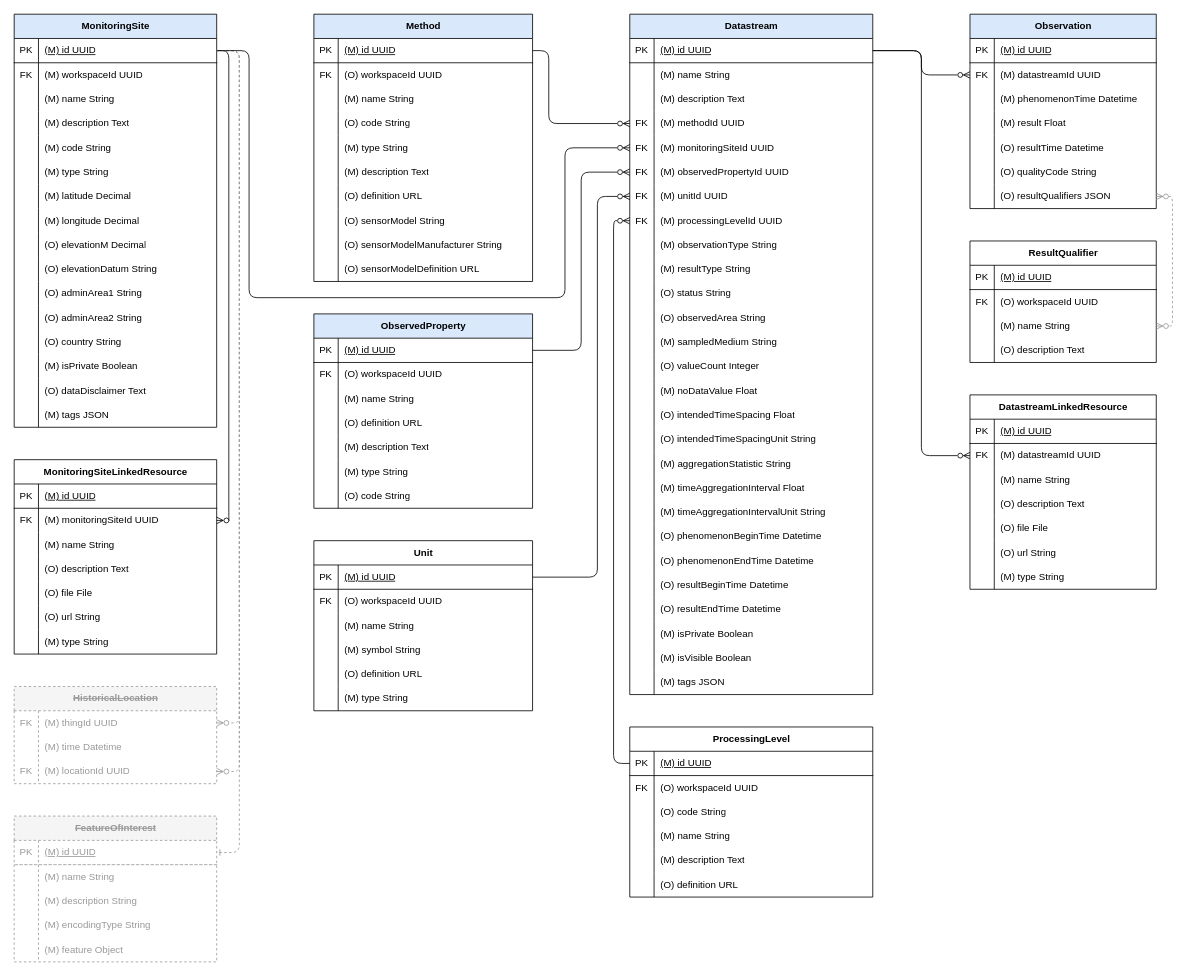
hydroserver2/hydroserver keeps this draw.io diagram as apps/docs/docs/references/diagrams/HydroServer_Data_Model.drawio. Above is the earlier version. Source tidied: cells renumbered, new cells numbered last; positions are measured from the earlier drawing's top-left corner, leaving out a move shared by most shapes. Both pictures are drawn from the tidied source at 81%, with x=0, y=0 at pixel (14, 14).
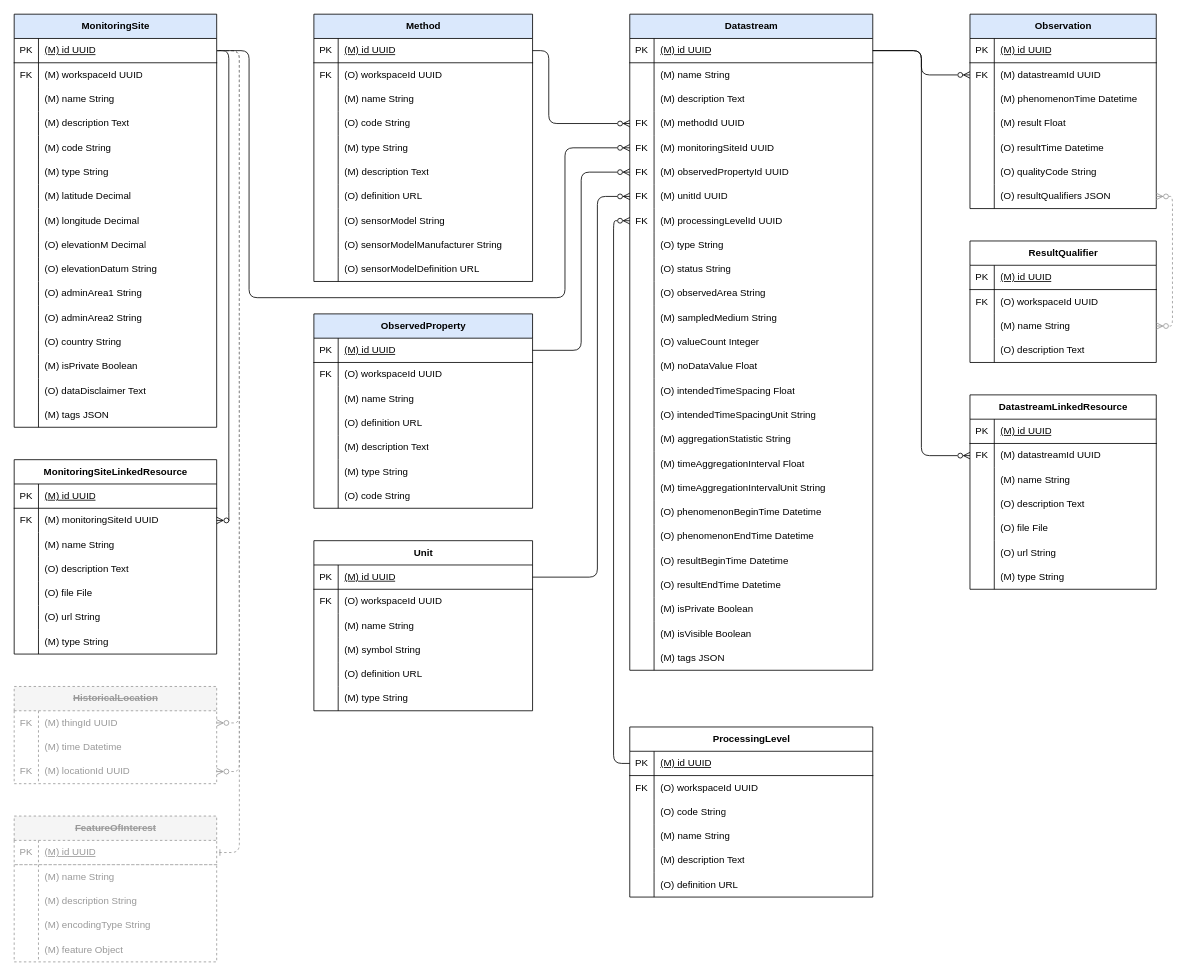
The same diagram, later.

Unchanged cells that the change refers to:
```xml
<mxCell id="196" style="shape=tableRow;horizontal=0;startSize=0;swimlaneHead=0;swimlaneBody=0;fillColor=none;top=0;left=0;right=0;bottom=0;fontSize=12;" parent="171" vertex="1">
  <mxGeometry y="270" width="300" height="30" as="geometry" />
</mxCell>
```

Change to the diagram source:
```diff
@@
     <mxCell id="171" value="Datastream" style="shape=table;startSize=30;childLayout=tableLayout;rowLines=0;fontStyle=1;align=center;html=1;fontSize=12;fillColor=#dae8fc;strokeColor=#000000;" parent="1" vertex="1">
-      <mxGeometry x="760" width="300" height="840" as="geometry" />
+      <mxGeometry x="760" width="300" height="810" as="geometry" />
     </mxCell>
@@
-    <mxCell id="198" value="(M) observationType String" style="shape=partialRectangle;fillColor=none;top=0;left=0;bottom=0;right=0;align=left;spacingLeft=6;overflow=hidden;whiteSpace=wrap;html=1;fontSize=12;" parent="196" vertex="1">
+    <mxCell id="198" value="(O) type String" style="shape=partialRectangle;fillColor=none;top=0;left=0;bottom=0;right=0;align=left;spacingLeft=6;overflow=hidden;whiteSpace=wrap;html=1;fontSize=12;" parent="196" vertex="1">
       <mxGeometry x="30" width="270" height="30" as="geometry" />
     </mxCell>
-    <mxCell id="199" style="shape=tableRow;horizontal=0;startSize=0;swimlaneHead=0;swimlaneBody=0;fillColor=none;top=0;left=0;right=0;bottom=0;fontSize=12;" parent="171" vertex="1">
-      <mxGeometry y="300" width="300" height="30" as="geometry" />
-    </mxCell>
-    <mxCell id="200" style="shape=partialRectangle;fillColor=none;top=0;left=0;bottom=0;right=0;overflow=hidden;whiteSpace=wrap;html=1;fontSize=12;" parent="199" vertex="1">
-      <mxGeometry width="30" height="30" as="geometry" />
-    </mxCell>
-    <mxCell id="201" value="(M) resultType String" style="shape=partialRectangle;fillColor=none;top=0;left=0;bottom=0;right=0;align=left;spacingLeft=6;overflow=hidden;whiteSpace=wrap;html=1;fontSize=12;" parent="199" vertex="1">
-      <mxGeometry x="30" width="270" height="30" as="geometry" />
-    </mxCell>
     <mxCell id="202" style="shape=tableRow;horizontal=0;startSize=0;swimlaneHead=0;swimlaneBody=0;fillColor=none;top=0;left=0;right=0;bottom=0;fontSize=12;" parent="171" vertex="1">
-      <mxGeometry y="330" width="300" height="30" as="geometry" />
+      <mxGeometry y="300" width="300" height="30" as="geometry" />
     </mxCell>
@@
     <mxCell id="205" style="shape=tableRow;horizontal=0;startSize=0;swimlaneHead=0;swimlaneBody=0;fillColor=none;top=0;left=0;right=0;bottom=0;fontSize=12;" parent="171" vertex="1">
-      <mxGeometry y="360" width="300" height="30" as="geometry" />
+      <mxGeometry y="330" width="300" height="30" as="geometry" />
     </mxCell>
@@
     <mxCell id="208" style="shape=tableRow;horizontal=0;startSize=0;swimlaneHead=0;swimlaneBody=0;fillColor=none;top=0;left=0;right=0;bottom=0;fontSize=12;" parent="171" vertex="1">
-      <mxGeometry y="390" width="300" height="30" as="geometry" />
+      <mxGeometry y="360" width="300" height="30" as="geometry" />
     </mxCell>
@@
     <mxCell id="211" style="shape=tableRow;horizontal=0;startSize=0;swimlaneHead=0;swimlaneBody=0;fillColor=none;top=0;left=0;right=0;bottom=0;fontSize=12;" parent="171" vertex="1">
-      <mxGeometry y="420" width="300" height="30" as="geometry" />
+      <mxGeometry y="390" width="300" height="30" as="geometry" />
     </mxCell>
@@
     <mxCell id="214" style="shape=tableRow;horizontal=0;startSize=0;swimlaneHead=0;swimlaneBody=0;fillColor=none;top=0;left=0;right=0;bottom=0;fontSize=12;" parent="171" vertex="1">
-      <mxGeometry y="450" width="300" height="30" as="geometry" />
+      <mxGeometry y="420" width="300" height="30" as="geometry" />
     </mxCell>
@@
     <mxCell id="217" style="shape=tableRow;horizontal=0;startSize=0;swimlaneHead=0;swimlaneBody=0;fillColor=none;top=0;left=0;right=0;bottom=0;fontSize=12;" parent="171" vertex="1">
-      <mxGeometry y="480" width="300" height="30" as="geometry" />
+      <mxGeometry y="450" width="300" height="30" as="geometry" />
     </mxCell>
@@
     <mxCell id="220" style="shape=tableRow;horizontal=0;startSize=0;swimlaneHead=0;swimlaneBody=0;fillColor=none;top=0;left=0;right=0;bottom=0;fontSize=12;" parent="171" vertex="1">
-      <mxGeometry y="510" width="300" height="30" as="geometry" />
+      <mxGeometry y="480" width="300" height="30" as="geometry" />
     </mxCell>
@@
     <mxCell id="223" style="shape=tableRow;horizontal=0;startSize=0;swimlaneHead=0;swimlaneBody=0;fillColor=none;top=0;left=0;right=0;bottom=0;fontSize=12;" parent="171" vertex="1">
-      <mxGeometry y="540" width="300" height="30" as="geometry" />
+      <mxGeometry y="510" width="300" height="30" as="geometry" />
     </mxCell>
@@
     <mxCell id="226" style="shape=tableRow;horizontal=0;startSize=0;swimlaneHead=0;swimlaneBody=0;fillColor=none;top=0;left=0;right=0;bottom=0;fontSize=12;" parent="171" vertex="1">
-      <mxGeometry y="570" width="300" height="30" as="geometry" />
+      <mxGeometry y="540" width="300" height="30" as="geometry" />
     </mxCell>
@@
     <mxCell id="229" style="shape=tableRow;horizontal=0;startSize=0;swimlaneHead=0;swimlaneBody=0;fillColor=none;top=0;left=0;right=0;bottom=0;fontSize=12;" parent="171" vertex="1">
-      <mxGeometry y="600" width="300" height="30" as="geometry" />
+      <mxGeometry y="570" width="300" height="30" as="geometry" />
     </mxCell>
@@
     <mxCell id="232" style="shape=tableRow;horizontal=0;startSize=0;swimlaneHead=0;swimlaneBody=0;fillColor=none;top=0;left=0;right=0;bottom=0;fontSize=12;" parent="171" vertex="1">
-      <mxGeometry y="630" width="300" height="30" as="geometry" />
+      <mxGeometry y="600" width="300" height="30" as="geometry" />
     </mxCell>
@@
     <mxCell id="235" style="shape=tableRow;horizontal=0;startSize=0;swimlaneHead=0;swimlaneBody=0;fillColor=none;top=0;left=0;right=0;bottom=0;fontSize=12;" parent="171" vertex="1">
-      <mxGeometry y="660" width="300" height="30" as="geometry" />
+      <mxGeometry y="630" width="300" height="30" as="geometry" />
     </mxCell>
@@
     <mxCell id="238" style="shape=tableRow;horizontal=0;startSize=0;swimlaneHead=0;swimlaneBody=0;fillColor=none;top=0;left=0;right=0;bottom=0;fontSize=12;" parent="171" vertex="1">
-      <mxGeometry y="690" width="300" height="30" as="geometry" />
+      <mxGeometry y="660" width="300" height="30" as="geometry" />
     </mxCell>
@@
     <mxCell id="241" style="shape=tableRow;horizontal=0;startSize=0;swimlaneHead=0;swimlaneBody=0;fillColor=none;top=0;left=0;right=0;bottom=0;fontSize=12;" parent="171" vertex="1">
-      <mxGeometry y="720" width="300" height="30" as="geometry" />
+      <mxGeometry y="690" width="300" height="30" as="geometry" />
     </mxCell>
@@
     <mxCell id="244" style="shape=tableRow;horizontal=0;startSize=0;swimlaneHead=0;swimlaneBody=0;fillColor=none;top=0;left=0;right=0;bottom=0;fontSize=12;" parent="171" vertex="1">
-      <mxGeometry y="750" width="300" height="30" as="geometry" />
+      <mxGeometry y="720" width="300" height="30" as="geometry" />
     </mxCell>
@@
     <mxCell id="247" style="shape=tableRow;horizontal=0;startSize=0;swimlaneHead=0;swimlaneBody=0;fillColor=none;top=0;left=0;right=0;bottom=0;fontSize=12;" parent="171" vertex="1">
-      <mxGeometry y="780" width="300" height="30" as="geometry" />
+      <mxGeometry y="750" width="300" height="30" as="geometry" />
     </mxCell>
@@
     <mxCell id="250" style="shape=tableRow;horizontal=0;startSize=0;swimlaneHead=0;swimlaneBody=0;fillColor=none;top=0;left=0;right=0;bottom=0;fontSize=12;" parent="171" vertex="1">
-      <mxGeometry y="810" width="300" height="30" as="geometry" />
+      <mxGeometry y="780" width="300" height="30" as="geometry" />
     </mxCell>
```
